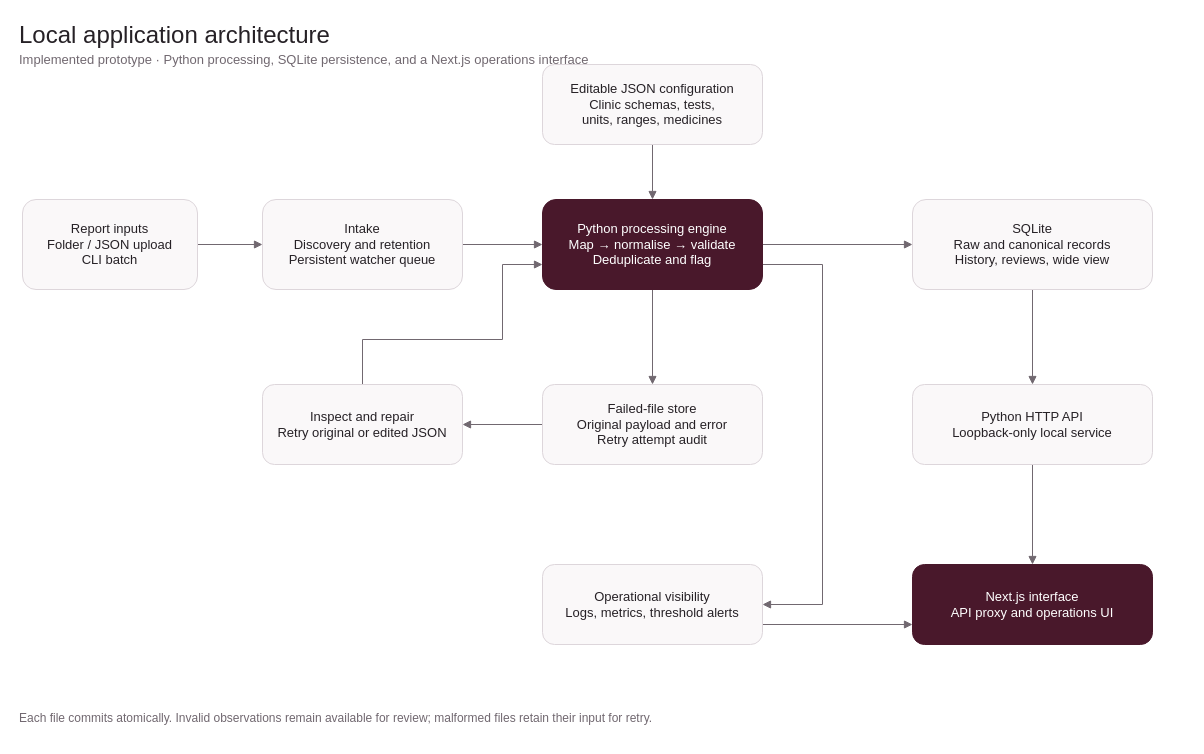
Earlier version of the draw.io diagram page "Local application architecture" (1 of 3) of docs/diagrams/veritas-architecture.drawio (not-nag/veritas-data-engg). Source tidied: cells renumbered, new cells numbered last; positions are measured from the earlier drawing's top-left corner, leaving out a move shared by most shapes. Both pictures are drawn from the tidied source at 100%, with x=0, y=0 at pixel (17, 17).
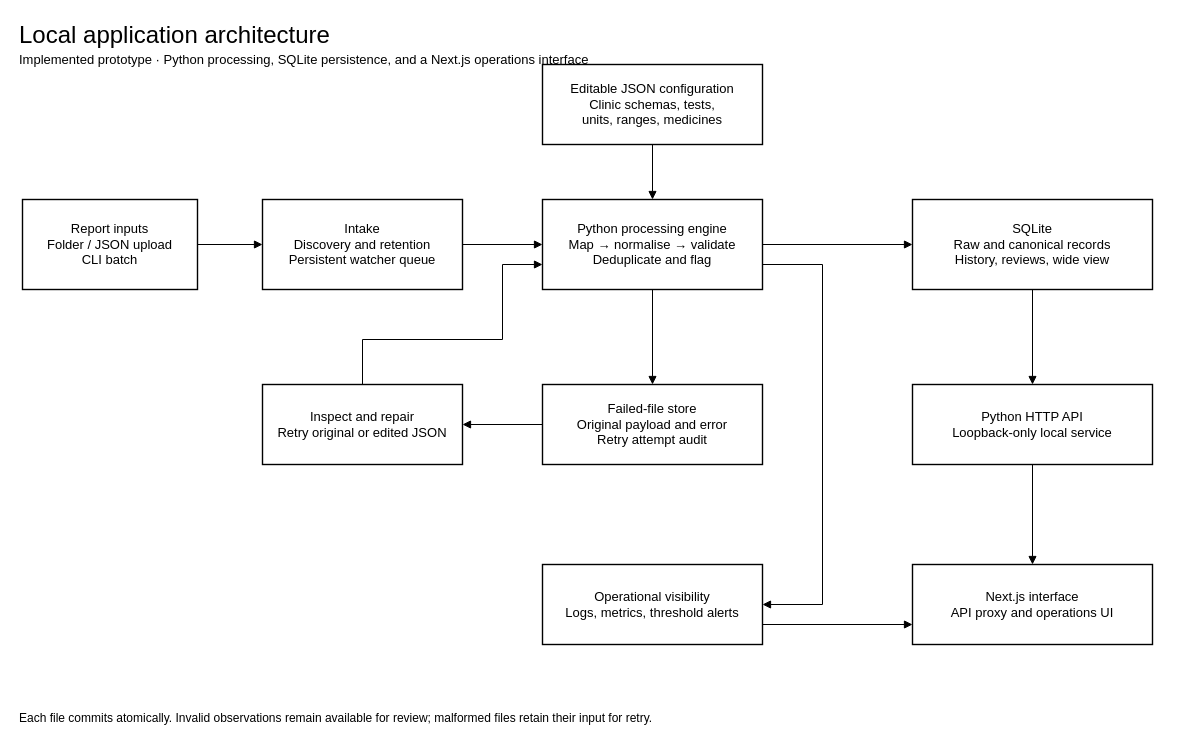
Above is the later version.

Commit message (it also covers changes not shown here):
Use black-and-white architecture drawings

What changed in the source:
```diff
@@
-<mxGraphModel>
+<mxGraphModel background="#ffffff">
@@
-    <mxCell id="2" value="Local application architecture" style="text;html=0;align=left;verticalAlign=middle;fontFamily=Helvetica;fontSize=24;fontColor=#262126;" parent="1" vertex="1">
+    <mxCell id="2" value="Local application architecture" style="text;html=0;align=left;verticalAlign=middle;fontFamily=Helvetica;fontSize=24;fontColor=#000000;" parent="1" vertex="1">
       <mxGeometry width="1170" height="30" as="geometry" />
     </mxCell>
-    <mxCell id="3" value="Implemented prototype · Python processing, SQLite persistence, and a Next.js operations interface" style="text;html=0;align=left;verticalAlign=middle;fontFamily=Helvetica;fontSize=13;fontColor=#716870;" parent="1" vertex="1">
+    <mxCell id="3" value="Implemented prototype · Python processing, SQLite persistence, and a Next.js operations interface" style="text;html=0;align=left;verticalAlign=middle;fontFamily=Helvetica;fontSize=13;fontColor=#000000;" parent="1" vertex="1">
       <mxGeometry y="27" width="1170" height="28" as="geometry" />
     </mxCell>
-    <mxCell id="4" style="edgeStyle=orthogonalEdgeStyle;rounded=0;endArrow=block;strokeColor=#716870;exitX=1.0;exitY=0.5;entryX=0.0;entryY=0.5;" parent="1" edge="1" source="15" target="16">
+    <mxCell id="4" style="edgeStyle=orthogonalEdgeStyle;rounded=0;endArrow=block;strokeColor=#000000;exitX=1.0;exitY=0.5;entryX=0.0;entryY=0.5;" parent="1" edge="1" source="15" target="16">
       <mxGeometry relative="1" as="geometry" />
     </mxCell>
-    <mxCell id="5" style="edgeStyle=orthogonalEdgeStyle;rounded=0;endArrow=block;strokeColor=#716870;exitX=1.0;exitY=0.5;entryX=0.0;entryY=0.5;" parent="1" edge="1" source="16" target="17">
+    <mxCell id="5" style="edgeStyle=orthogonalEdgeStyle;rounded=0;endArrow=block;strokeColor=#000000;exitX=1.0;exitY=0.5;entryX=0.0;entryY=0.5;" parent="1" edge="1" source="16" target="17">
       <mxGeometry relative="1" as="geometry" />
     </mxCell>
-    <mxCell id="6" style="edgeStyle=orthogonalEdgeStyle;rounded=0;endArrow=block;strokeColor=#716870;exitX=0.5;exitY=1.0;entryX=0.5;entryY=0.0;" parent="1" edge="1" source="18" target="17">
+    <mxCell id="6" style="edgeStyle=orthogonalEdgeStyle;rounded=0;endArrow=block;strokeColor=#000000;exitX=0.5;exitY=1.0;entryX=0.5;entryY=0.0;" parent="1" edge="1" source="18" target="17">
       <mxGeometry relative="1" as="geometry" />
     </mxCell>
-    <mxCell id="7" style="edgeStyle=orthogonalEdgeStyle;rounded=0;endArrow=block;strokeColor=#716870;exitX=1.0;exitY=0.5;entryX=0.0;entryY=0.5;" parent="1" edge="1" source="17" target="19">
+    <mxCell id="7" style="edgeStyle=orthogonalEdgeStyle;rounded=0;endArrow=block;strokeColor=#000000;exitX=1.0;exitY=0.5;entryX=0.0;entryY=0.5;" parent="1" edge="1" source="17" target="19">
       <mxGeometry relative="1" as="geometry" />
     </mxCell>
-    <mxCell id="8" style="edgeStyle=orthogonalEdgeStyle;rounded=0;endArrow=block;strokeColor=#716870;exitX=0.5;exitY=1.0;entryX=0.5;entryY=0.0;" parent="1" edge="1" source="17" target="20">
+    <mxCell id="8" style="edgeStyle=orthogonalEdgeStyle;rounded=0;endArrow=block;strokeColor=#000000;exitX=0.5;exitY=1.0;entryX=0.5;entryY=0.0;" parent="1" edge="1" source="17" target="20">
       <mxGeometry relative="1" as="geometry" />
     </mxCell>
-    <mxCell id="9" style="edgeStyle=orthogonalEdgeStyle;rounded=0;endArrow=block;strokeColor=#716870;exitX=0.0;exitY=0.5;entryX=1.0;entryY=0.5;" parent="1" edge="1" source="20" target="21">
+    <mxCell id="9" style="edgeStyle=orthogonalEdgeStyle;rounded=0;endArrow=block;strokeColor=#000000;exitX=0.0;exitY=0.5;entryX=1.0;entryY=0.5;" parent="1" edge="1" source="20" target="21">
       <mxGeometry relative="1" as="geometry" />
     </mxCell>
-    <mxCell id="10" style="edgeStyle=orthogonalEdgeStyle;rounded=0;endArrow=block;strokeColor=#716870;exitX=0.5;exitY=0.0;entryX=0.0;entryY=0.7222222222222222;" parent="1" edge="1" source="21" target="17">
+    <mxCell id="10" style="edgeStyle=orthogonalEdgeStyle;rounded=0;endArrow=block;strokeColor=#000000;exitX=0.5;exitY=0.0;entryX=0.0;entryY=0.7222222222222222;" parent="1" edge="1" source="21" target="17">
       <mxGeometry relative="1" as="geometry">
         <Array as="points">
           <mxPoint x="345" y="322" />
           <mxPoint x="485" y="322" />
           <mxPoint x="485" y="247" />
         </Array>
       </mxGeometry>
     </mxCell>
-    <mxCell id="11" style="edgeStyle=orthogonalEdgeStyle;rounded=0;endArrow=block;strokeColor=#716870;exitX=0.5;exitY=1.0;entryX=0.5;entryY=0.0;" parent="1" edge="1" source="19" target="22">
+    <mxCell id="11" style="edgeStyle=orthogonalEdgeStyle;rounded=0;endArrow=block;strokeColor=#000000;exitX=0.5;exitY=1.0;entryX=0.5;entryY=0.0;" parent="1" edge="1" source="19" target="22">
       <mxGeometry relative="1" as="geometry" />
     </mxCell>
-    <mxCell id="12" style="edgeStyle=orthogonalEdgeStyle;rounded=0;endArrow=block;strokeColor=#716870;exitX=0.5;exitY=1.0;entryX=0.5;entryY=0.0;" parent="1" edge="1" source="22" target="24">
+    <mxCell id="12" style="edgeStyle=orthogonalEdgeStyle;rounded=0;endArrow=block;strokeColor=#000000;exitX=0.5;exitY=1.0;entryX=0.5;entryY=0.0;" parent="1" edge="1" source="22" target="24">
       <mxGeometry relative="1" as="geometry" />
     </mxCell>
-    <mxCell id="13" style="edgeStyle=orthogonalEdgeStyle;rounded=0;endArrow=block;strokeColor=#716870;exitX=1.0;exitY=0.7222222222222222;entryX=1.0;entryY=0.5;" parent="1" edge="1" source="17" target="23">
+    <mxCell id="13" style="edgeStyle=orthogonalEdgeStyle;rounded=0;endArrow=block;strokeColor=#000000;exitX=1.0;exitY=0.7222222222222222;entryX=1.0;entryY=0.5;" parent="1" edge="1" source="17" target="23">
       <mxGeometry relative="1" as="geometry">
         <Array as="points">
           <mxPoint x="805" y="247" />
           <mxPoint x="805" y="587" />
         </Array>
       </mxGeometry>
     </mxCell>
-    <mxCell id="14" style="edgeStyle=orthogonalEdgeStyle;rounded=0;endArrow=block;strokeColor=#716870;exitX=1.0;exitY=0.75;entryX=0.0;entryY=0.75;" parent="1" edge="1" source="23" target="24">
+    <mxCell id="14" style="edgeStyle=orthogonalEdgeStyle;rounded=0;endArrow=block;strokeColor=#000000;exitX=1.0;exitY=0.75;entryX=0.0;entryY=0.75;" parent="1" edge="1" source="23" target="24">
       <mxGeometry relative="1" as="geometry" />
     </mxCell>
-    <mxCell id="15" value="Report inputs&#10;Folder / JSON upload&#10;CLI batch" style="rounded=1;whiteSpace=wrap;html=0;fillColor=#faf8f9;strokeColor=#ddd6db;fontColor=#262126;fontSize=13;fontFamily=Helvetica;spacing=8;" parent="1" vertex="1">
+    <mxCell id="15" value="Report inputs&#10;Folder / JSON upload&#10;CLI batch" style="rounded=0;whiteSpace=wrap;html=0;fillColor=#ffffff;strokeColor=#000000;strokeWidth=1.4;fontColor=#000000;fontSize=13;fontFamily=Helvetica;spacing=8;" parent="1" vertex="1">
       <mxGeometry x="5" y="182" width="175" height="90" as="geometry" />
     </mxCell>
-    <mxCell id="16" value="Intake&#10;Discovery and retention&#10;Persistent watcher queue" style="rounded=1;whiteSpace=wrap;html=0;fillColor=#faf8f9;strokeColor=#ddd6db;fontColor=#262126;fontSize=13;fontFamily=Helvetica;spacing=8;" parent="1" vertex="1">
+    <mxCell id="16" value="Intake&#10;Discovery and retention&#10;Persistent watcher queue" style="rounded=0;whiteSpace=wrap;html=0;fillColor=#ffffff;strokeColor=#000000;strokeWidth=1.4;fontColor=#000000;fontSize=13;fontFamily=Helvetica;spacing=8;" parent="1" vertex="1">
       <mxGeometry x="245" y="182" width="200" height="90" as="geometry" />
     </mxCell>
-    <mxCell id="17" value="Python processing engine&#10;Map → normalise → validate&#10;Deduplicate and flag" style="rounded=1;whiteSpace=wrap;html=0;fillColor=#49182b;strokeColor=#49182b;fontColor=#ffffff;fontSize=13;fontFamily=Helvetica;spacing=8;" parent="1" vertex="1">
+    <mxCell id="17" value="Python processing engine&#10;Map → normalise → validate&#10;Deduplicate and flag" style="rounded=0;whiteSpace=wrap;html=0;fillColor=#ffffff;strokeColor=#000000;strokeWidth=1.4;fontColor=#000000;fontSize=13;fontFamily=Helvetica;spacing=8;" parent="1" vertex="1">
       <mxGeometry x="525" y="182" width="220" height="90" as="geometry" />
     </mxCell>
-    <mxCell id="18" value="Editable JSON configuration&#10;Clinic schemas, tests,&#10;units, ranges, medicines" style="rounded=1;whiteSpace=wrap;html=0;fillColor=#faf8f9;strokeColor=#ddd6db;fontColor=#262126;fontSize=13;fontFamily=Helvetica;spacing=8;" parent="1" vertex="1">
+    <mxCell id="18" value="Editable JSON configuration&#10;Clinic schemas, tests,&#10;units, ranges, medicines" style="rounded=0;whiteSpace=wrap;html=0;fillColor=#ffffff;strokeColor=#000000;strokeWidth=1.4;fontColor=#000000;fontSize=13;fontFamily=Helvetica;spacing=8;" parent="1" vertex="1">
       <mxGeometry x="525" y="47" width="220" height="80" as="geometry" />
     </mxCell>
-    <mxCell id="19" value="SQLite&#10;Raw and canonical records&#10;History, reviews, wide view" style="rounded=1;whiteSpace=wrap;html=0;fillColor=#faf8f9;strokeColor=#ddd6db;fontColor=#262126;fontSize=13;fontFamily=Helvetica;spacing=8;" parent="1" vertex="1">
+    <mxCell id="19" value="SQLite&#10;Raw and canonical records&#10;History, reviews, wide view" style="rounded=0;whiteSpace=wrap;html=0;fillColor=#ffffff;strokeColor=#000000;strokeWidth=1.4;fontColor=#000000;fontSize=13;fontFamily=Helvetica;spacing=8;" parent="1" vertex="1">
       <mxGeometry x="895" y="182" width="240" height="90" as="geometry" />
     </mxCell>
-    <mxCell id="20" value="Failed-file store&#10;Original payload and error&#10;Retry attempt audit" style="rounded=1;whiteSpace=wrap;html=0;fillColor=#faf8f9;strokeColor=#ddd6db;fontColor=#262126;fontSize=13;fontFamily=Helvetica;spacing=8;" parent="1" vertex="1">
+    <mxCell id="20" value="Failed-file store&#10;Original payload and error&#10;Retry attempt audit" style="rounded=0;whiteSpace=wrap;html=0;fillColor=#ffffff;strokeColor=#000000;strokeWidth=1.4;fontColor=#000000;fontSize=13;fontFamily=Helvetica;spacing=8;" parent="1" vertex="1">
       <mxGeometry x="525" y="367" width="220" height="80" as="geometry" />
     </mxCell>
-    <mxCell id="21" value="Inspect and repair&#10;Retry original or edited JSON" style="rounded=1;whiteSpace=wrap;html=0;fillColor=#faf8f9;strokeColor=#ddd6db;fontColor=#262126;fontSize=13;fontFamily=Helvetica;spacing=8;" parent="1" vertex="1">
+    <mxCell id="21" value="Inspect and repair&#10;Retry original or edited JSON" style="rounded=0;whiteSpace=wrap;html=0;fillColor=#ffffff;strokeColor=#000000;strokeWidth=1.4;fontColor=#000000;fontSize=13;fontFamily=Helvetica;spacing=8;" parent="1" vertex="1">
       <mxGeometry x="245" y="367" width="200" height="80" as="geometry" />
     </mxCell>
-    <mxCell id="22" value="Python HTTP API&#10;Loopback-only local service" style="rounded=1;whiteSpace=wrap;html=0;fillColor=#faf8f9;strokeColor=#ddd6db;fontColor=#262126;fontSize=13;fontFamily=Helvetica;spacing=8;" parent="1" vertex="1">
+    <mxCell id="22" value="Python HTTP API&#10;Loopback-only local service" style="rounded=0;whiteSpace=wrap;html=0;fillColor=#ffffff;strokeColor=#000000;strokeWidth=1.4;fontColor=#000000;fontSize=13;fontFamily=Helvetica;spacing=8;" parent="1" vertex="1">
       <mxGeometry x="895" y="367" width="240" height="80" as="geometry" />
     </mxCell>
-    <mxCell id="23" value="Operational visibility&#10;Logs, metrics, threshold alerts" style="rounded=1;whiteSpace=wrap;html=0;fillColor=#faf8f9;strokeColor=#ddd6db;fontColor=#262126;fontSize=13;fontFamily=Helvetica;spacing=8;" parent="1" vertex="1">
+    <mxCell id="23" value="Operational visibility&#10;Logs, metrics, threshold alerts" style="rounded=0;whiteSpace=wrap;html=0;fillColor=#ffffff;strokeColor=#000000;strokeWidth=1.4;fontColor=#000000;fontSize=13;fontFamily=Helvetica;spacing=8;" parent="1" vertex="1">
       <mxGeometry x="525" y="547" width="220" height="80" as="geometry" />
     </mxCell>
-    <mxCell id="24" value="Next.js interface&#10;API proxy and operations UI" style="rounded=1;whiteSpace=wrap;html=0;fillColor=#49182b;strokeColor=#49182b;fontColor=#ffffff;fontSize=13;fontFamily=Helvetica;spacing=8;" parent="1" vertex="1">
+    <mxCell id="24" value="Next.js interface&#10;API proxy and operations UI" style="rounded=0;whiteSpace=wrap;html=0;fillColor=#ffffff;strokeColor=#000000;strokeWidth=1.4;fontColor=#000000;fontSize=13;fontFamily=Helvetica;spacing=8;" parent="1" vertex="1">
       <mxGeometry x="895" y="547" width="240" height="80" as="geometry" />
     </mxCell>
-    <mxCell id="25" value="Each file commits atomically. Invalid observations remain available for review; malformed files retain their input for retry." style="text;html=0;align=left;verticalAlign=middle;fontFamily=Helvetica;fontSize=12;fontColor=#716870;" parent="1" vertex="1">
+    <mxCell id="25" value="Each file commits atomically. Invalid observations remain available for review; malformed files retain their input for retry." style="text;html=0;align=left;verticalAlign=middle;fontFamily=Helvetica;fontSize=12;fontColor=#000000;" parent="1" vertex="1">
       <mxGeometry y="680" width="1170" height="40" as="geometry" />
     </mxCell>
```
